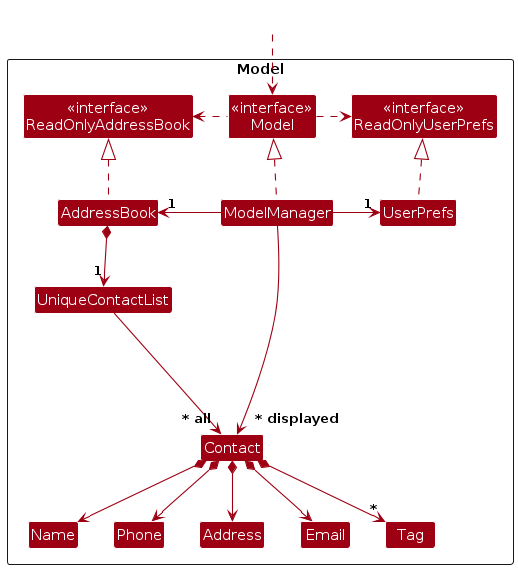
Above: diagrams/ModelClassDiagram.png in deltaMinor/tp (PlantUML), before the change. Its source is kept beside it as diagrams/ModelClassDiagram.puml.
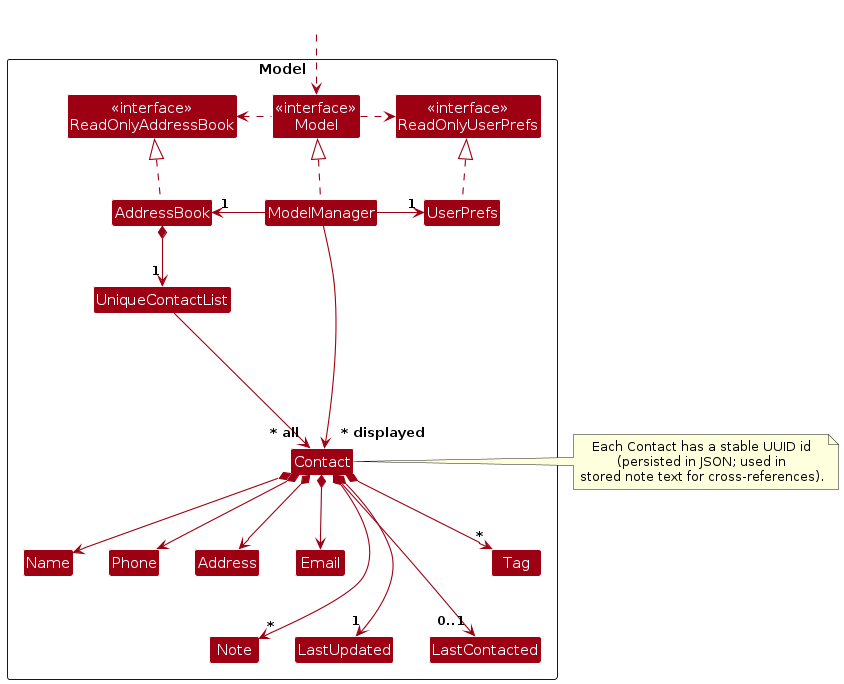
After the commit.

Diff of the diagram source:
```diff
@@ -19,6 +19,9 @@
 Class Name
 Class Phone
 Class Tag
+Class Note
+Class LastContacted
+Class LastUpdated
 
 Class I #FFFFFF
 }
@@ -42,6 +45,15 @@
 Contact *--> Email
 Contact *--> Address
 Contact *--> "*" Tag
+Contact *--> "*" Note
+Contact *--> "1" LastUpdated
+Contact *--> "0..1" LastContacted
+
+note right of Contact
+  Each Contact has a stable UUID id
+  (persisted in JSON; used in
+  stored note text for cross-references).
+end note
 
 Contact -[hidden]up--> I
 UniqueContactList -[hidden]right-> I
@@ -49,6 +61,9 @@
 Name -[hidden]right-> Phone
 Phone -[hidden]right-> Address
 Address -[hidden]right-> Email
+Email -[hidden]down-> Note
+Note -[hidden]right-> LastUpdated
+LastUpdated -[hidden]right-> LastContacted
 
 ModelManager --> "~* displayed" Contact
 @enduml
```
